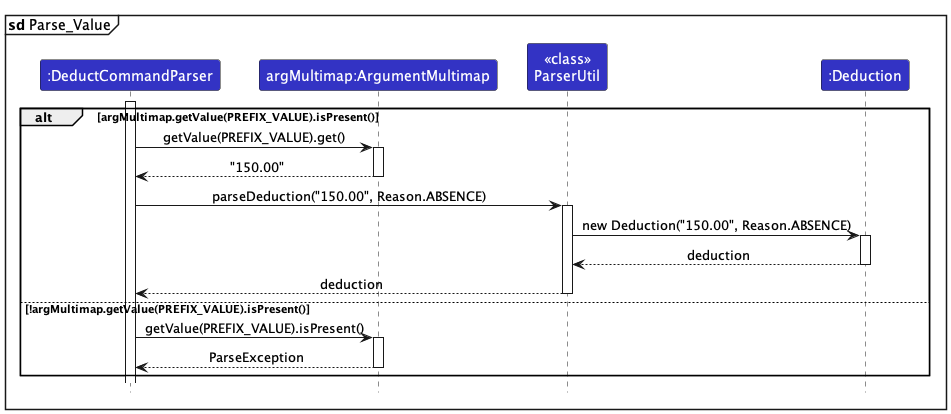
Above: docs/images/ParseDeductCommandValueSequenceDiagram.png in nus-cs2103-AY2324S1/tp (PlantUML), before the change. Source of this version:
```plantuml
@startuml
!include style.puml
skinparam ArrowFontStyle plain

mainframe **sd** Parse_Value

participant ":DeductCommandParser" as DeductCommandParser LOGIC_COLOR
participant "argMultimap:ArgumentMultimap" as ArgMultimap LOGIC_COLOR
participant "<<class>>\nParserUtil" as ParserUtil LOGIC_COLOR
participant ":Deduction" as Deduction LOGIC_COLOR

activate DeductCommandParser

alt argMultimap.getValue(PREFIX_VALUE).isPresent()
    DeductCommandParser -> ArgMultimap : getValue(PREFIX_VALUE).get()
    activate ArgMultimap
    ArgMultimap --> DeductCommandParser : "150.00"
    deactivate ArgMultimap
    DeductCommandParser -> ParserUtil : parseDeduction("150.00", Reason.ABSENCE)
    activate ParserUtil
    ParserUtil -> Deduction : new Deduction("150.00", Reason.ABSENCE)
    activate Deduction
    Deduction --> ParserUtil : deduction
    deactivate Deduction
    ParserUtil --> DeductCommandParser : deduction
    deactivate ParserUtil
else !argMultimap.getValue(PREFIX_VALUE).isPresent()
    DeductCommandParser -> ArgMultimap : getValue(PREFIX_VALUE).isPresent()
    activate ArgMultimap
    ArgMultimap --> DeductCommandParser : ParseException
    deactivate ArgMultimap
end


@enduml
```
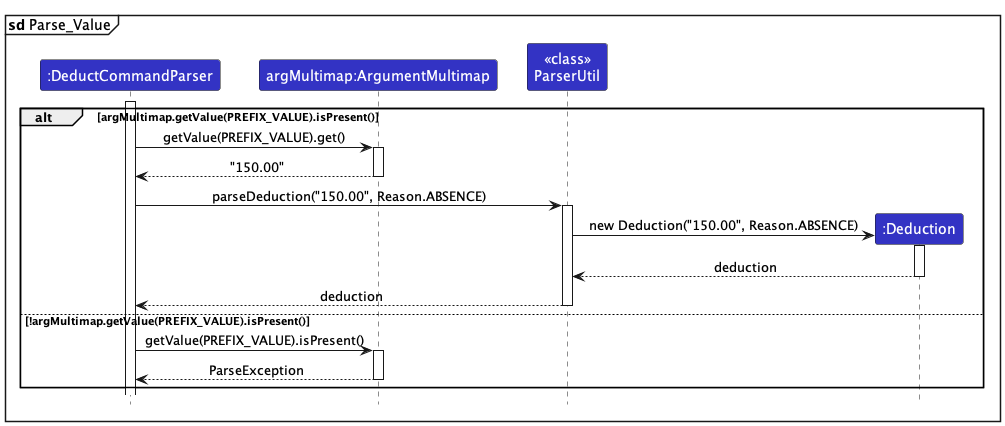
The same file after the commit.

What changed in the source:
```diff
@@ -18,6 +18,7 @@
     deactivate ArgMultimap
     DeductCommandParser -> ParserUtil : parseDeduction("150.00", Reason.ABSENCE)
     activate ParserUtil
+    create Deduction
     ParserUtil -> Deduction : new Deduction("150.00", Reason.ABSENCE)
     activate Deduction
     Deduction --> ParserUtil : deduction
```
